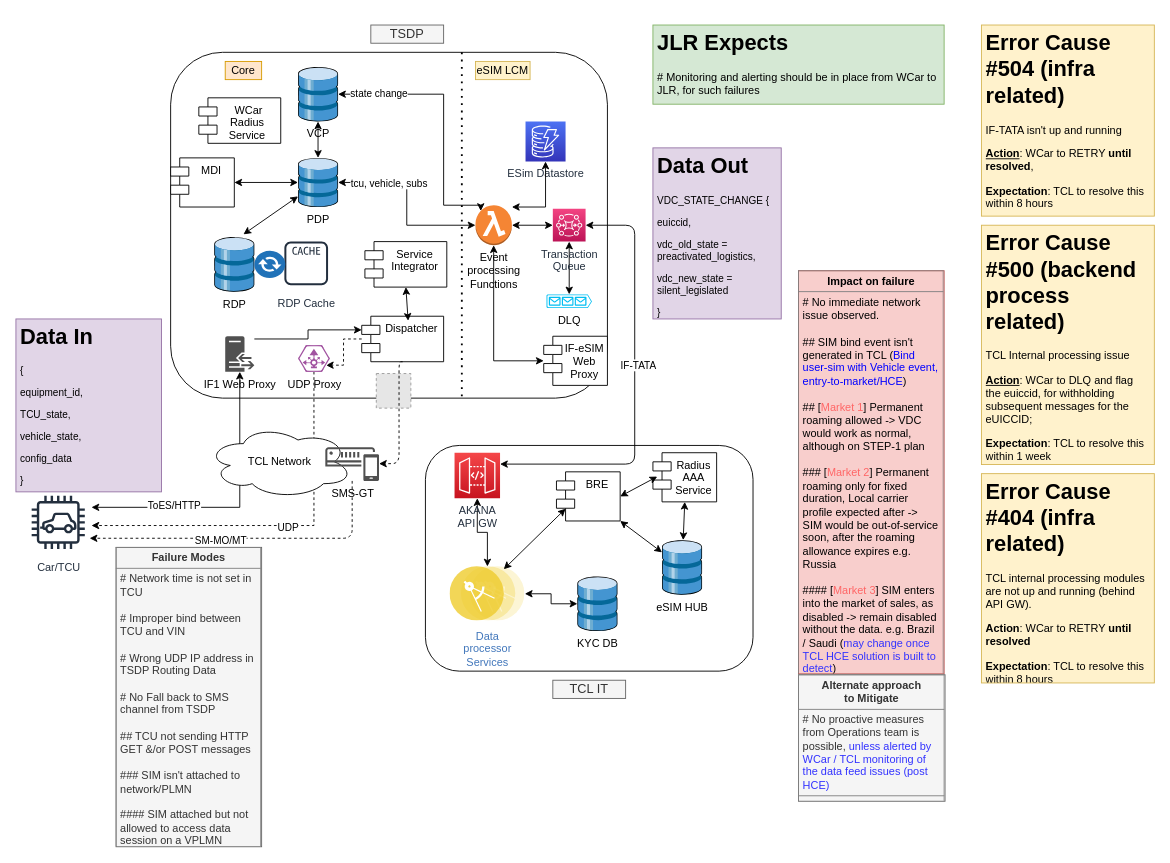
subhachat/CodeKata keeps this draw.io diagram as page "PDI at factory" (5 of 12) of src/main/resources/VDC_eSIM_dataflow_WC_TCL.drawio. Above is the earlier version. Source tidied: cells renumbered, new cells numbered last; positions are measured from the earlier drawing's top-left corner, leaving out a move shared by most shapes. Both pictures are drawn from the tidied source at 91%, with x=0, y=0 at pixel (15, 25). Pictures stored in the file or linked from it are replaced by grey dashed boxes.
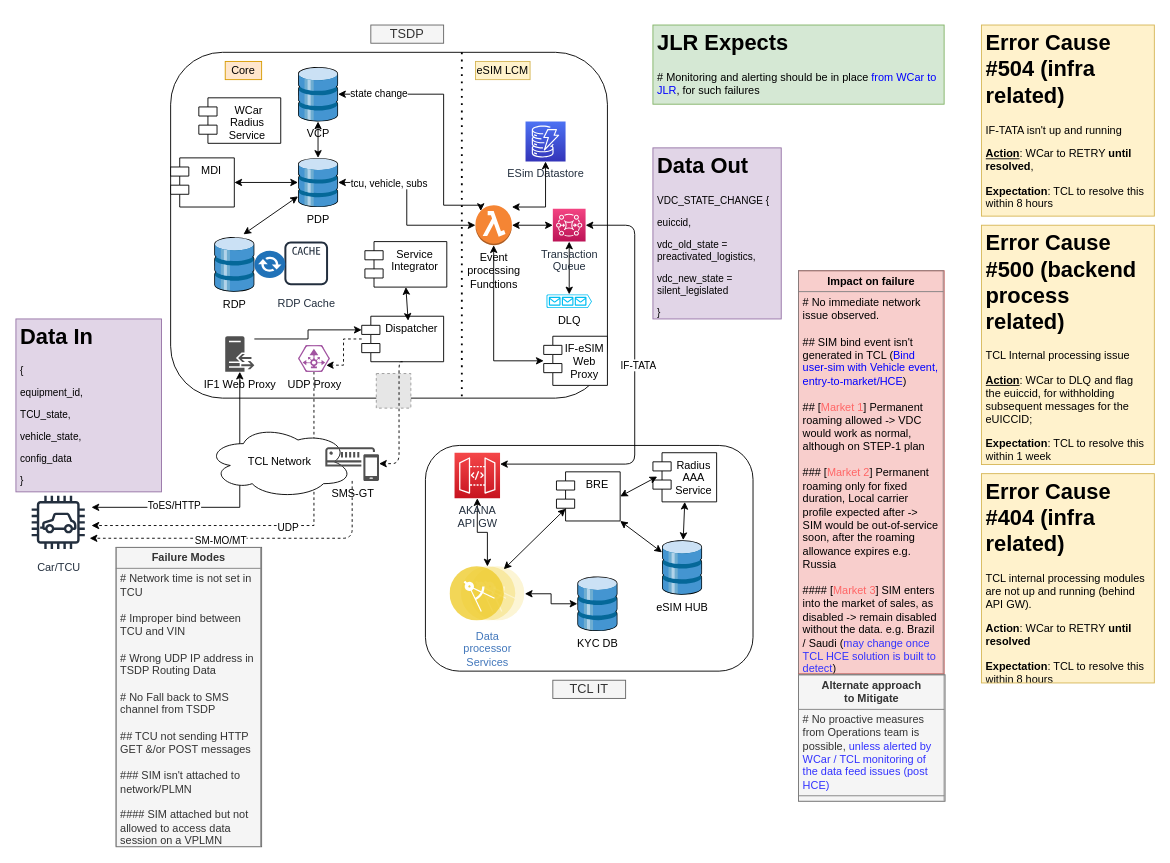
The same page after the edit.

The edit, as a diff of the source:
```diff
@@
-    <mxCell id="69" value="&lt;h1&gt;JLR Expects&lt;/h1&gt;&lt;p&gt;# Monitoring and alerting should be in place from WCar to JLR, for such failures&lt;br&gt;&lt;/p&gt;" style="text;html=1;strokeColor=#82b366;fillColor=#d5e8d4;spacing=5;spacingTop=-20;whiteSpace=wrap;overflow=hidden;rounded=0;" parent="1" vertex="1">
+    <mxCell id="69" value="&lt;h1&gt;JLR Expects&lt;/h1&gt;&lt;p&gt;# Monitoring and alerting should be in place &lt;font color=&quot;#0000ff&quot;&gt;from WCar to JLR&lt;/font&gt;, for such failures&lt;br&gt;&lt;/p&gt;" style="text;html=1;strokeColor=#82b366;fillColor=#d5e8d4;spacing=5;spacingTop=-20;whiteSpace=wrap;overflow=hidden;rounded=0;" parent="1" vertex="1">
       <mxGeometry x="700" width="320" height="87" as="geometry" />
     </mxCell>
```
